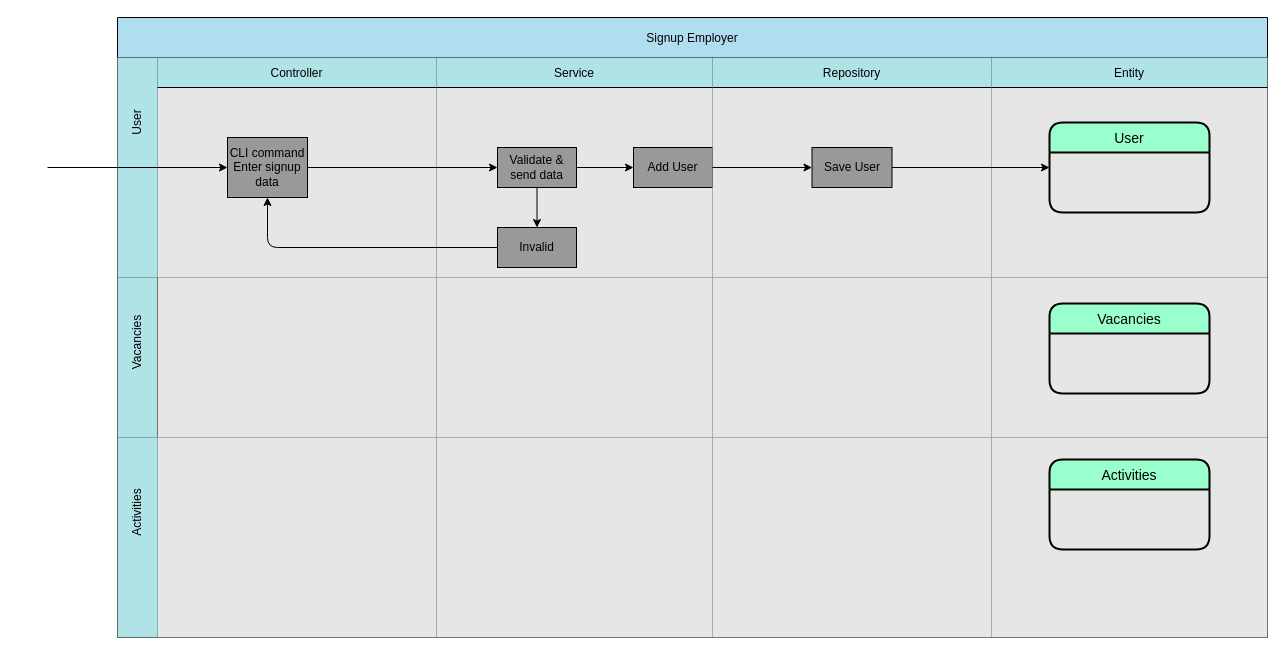
Above: documents/asd/VAC-ASD-Signup-AS-v1.drawio in AaronSaya/educom-symfony-1690191754 (draw.io), before the change. Source tidied: cells renumbered, new cells numbered last; positions are measured from the earlier drawing's top-left corner, leaving out a move shared by most shapes. Both pictures are drawn from the tidied source at 100%, with x=0, y=0 at pixel (17, 17).
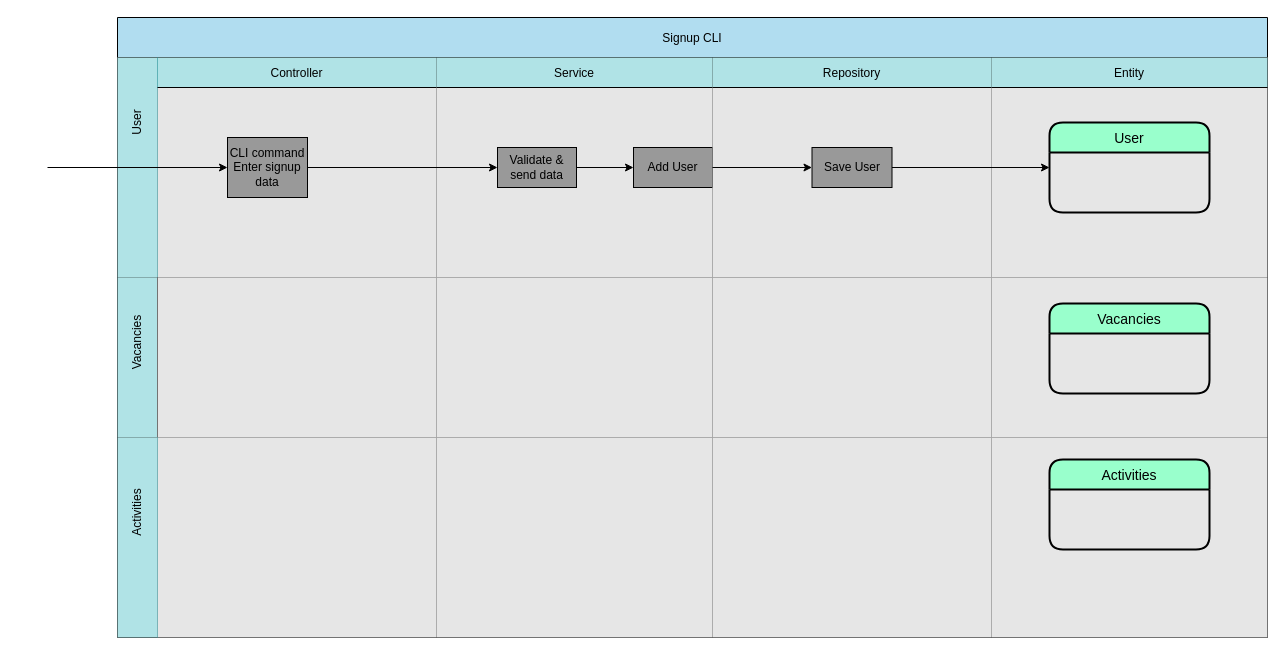
The same diagram, later.

The change refers to these unchanged cells:
```xml
<mxCell id="3" style="shape=tableRow;horizontal=0;swimlaneHead=0;swimlaneBody=0;top=0;left=0;bottom=0;right=0;fontStyle=0;fillColor=#b0e3e6;startSize=40;strokeColor=#0e8088;fontColor=#000000;" parent="2" vertex="1">
  <mxGeometry y="40" width="1150" height="220" as="geometry" />
</mxCell>
<mxCell id="5" value="CLI command&lt;br&gt;Enter signup data" style="whiteSpace=wrap;html=1;fillColor=#999999;fillStyle=auto;fontColor=#000000;" parent="4" vertex="1">
  <mxGeometry x="70" y="80" width="80" height="60" as="geometry" />
</mxCell>
<mxCell id="6" value="Service" style="swimlane;swimlaneHead=0;swimlaneBody=0;fontStyle=0;fillColor=#b0e3e6;startSize=30;strokeColor=#000000;fontColor=#000000;swimlaneFillColor=#E6E6E6;" parent="3" vertex="1">
  <mxGeometry x="319" width="276" height="220" as="geometry" />
</mxCell>
<mxCell id="9" value="Validate &amp;amp; send data" style="whiteSpace=wrap;html=1;fillColor=#999999;fontColor=#000000;" parent="6" vertex="1">
  <mxGeometry x="61" y="90" width="79" height="40" as="geometry" />
</mxCell>
```

Diff of the diagram source:
```diff
@@
-    <mxCell id="2" value="Signup Employer" style="shape=table;childLayout=tableLayout;startSize=40;fillColor=#b1ddf0;strokeColor=#000000;fontColor=#000000;" parent="1" vertex="1">
+    <mxCell id="2" value="Signup CLI" style="shape=table;childLayout=tableLayout;startSize=40;fillColor=#b1ddf0;strokeColor=#000000;fontColor=#000000;" parent="1" vertex="1">
       <mxGeometry x="100" width="1150" height="620" as="geometry" />
     </mxCell>
@@
-    <mxCell id="7" style="edgeStyle=none;html=1;exitX=0.5;exitY=1;exitDx=0;exitDy=0;strokeColor=#000000;fontColor=#000000;" parent="6" edge="1" source="9" target="10">
-      <mxGeometry relative="1" as="geometry" />
-    </mxCell>
@@
-    <mxCell id="10" value="Invalid" style="whiteSpace=wrap;html=1;fillColor=#999999;fontColor=#000000;" parent="6" vertex="1">
-      <mxGeometry x="61" y="170" width="79" height="40" as="geometry" />
-    </mxCell>
@@
-    <mxCell id="18" style="edgeStyle=none;html=1;strokeColor=#000000;fontColor=#000000;entryX=0.5;entryY=1;entryDx=0;entryDy=0;" parent="3" edge="1" source="10" target="5">
-      <mxGeometry relative="1" as="geometry">
-        <Array as="points">
-          <mxPoint x="150" y="190" />
-          <mxPoint x="150" y="140" />
-        </Array>
-      </mxGeometry>
-    </mxCell>
```
